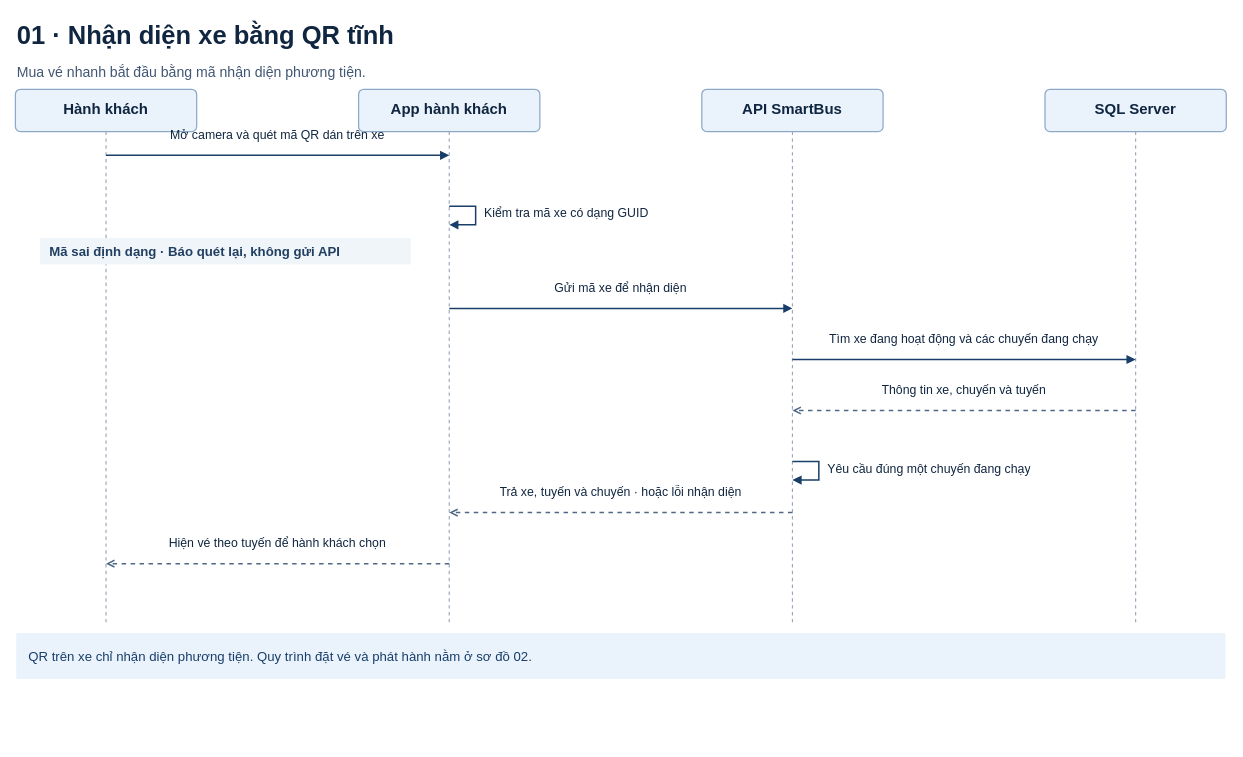
thinh082/DATN_NguyenPhuocThinh_1150070040 keeps this draw.io diagram as page "01 · Nhận diện xe bằng QR tĩnh" (1 of 6) of word/SmartBus - Sequence QR va soat ve.drawio. Above is the earlier version. Source tidied: cells renumbered, new cells numbered last; positions are measured from the earlier drawing's top-left corner, leaving out a move shared by most shapes. Both pictures are drawn from the tidied source at 88%, with x=0, y=0 at pixel (15, 15).
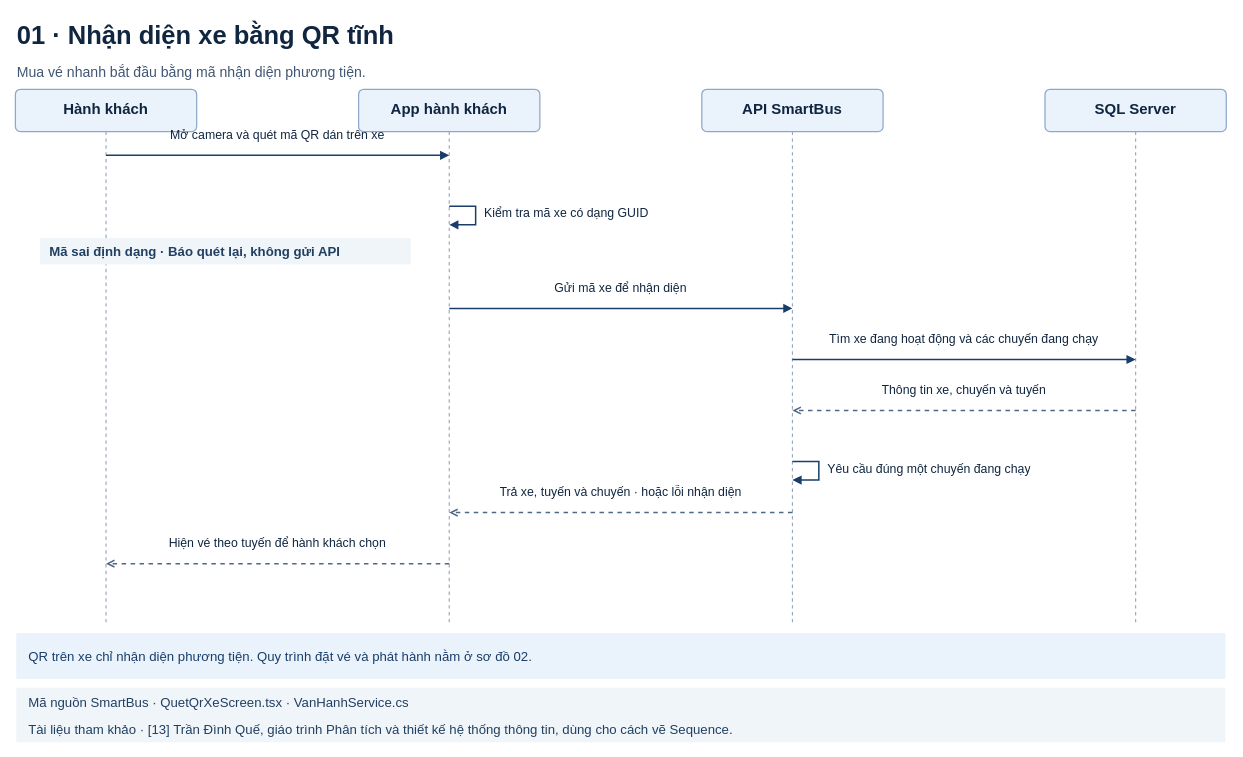
The same diagram, later.

Commit message (it also covers changes not shown here):
Document sources for SmartBus sequence diagrams

Change to the diagram source:
```diff
@@
+    <mxCell id="30" value="Mã nguồn SmartBus · QuetQrXeScreen.tsx · VanHanhService.cs" style="text;html=1;whiteSpace=wrap;overflow=hidden;strokeColor=none;fillColor=#F0F5FA;align=left;verticalAlign=middle;spacingLeft=12;fontFamily=Arial;fontSize=15;fontColor=#213F61;" parent="1" vertex="1">
+      <mxGeometry x="1" y="764" width="1374" height="31" as="geometry" />
+    </mxCell>
+    <mxCell id="31" value="Tài liệu tham khảo · [13] Trần Đình Quế, giáo trình Phân tích và thiết kế hệ thống thông tin, dùng cho cách vẽ Sequence." style="text;html=1;whiteSpace=wrap;overflow=hidden;strokeColor=none;fillColor=#F0F5FA;align=left;verticalAlign=middle;spacingLeft=12;fontFamily=Arial;fontSize=15;fontColor=#213F61;" parent="1" vertex="1">
+      <mxGeometry x="1" y="795" width="1374" height="31" as="geometry" />
+    </mxCell>
```
